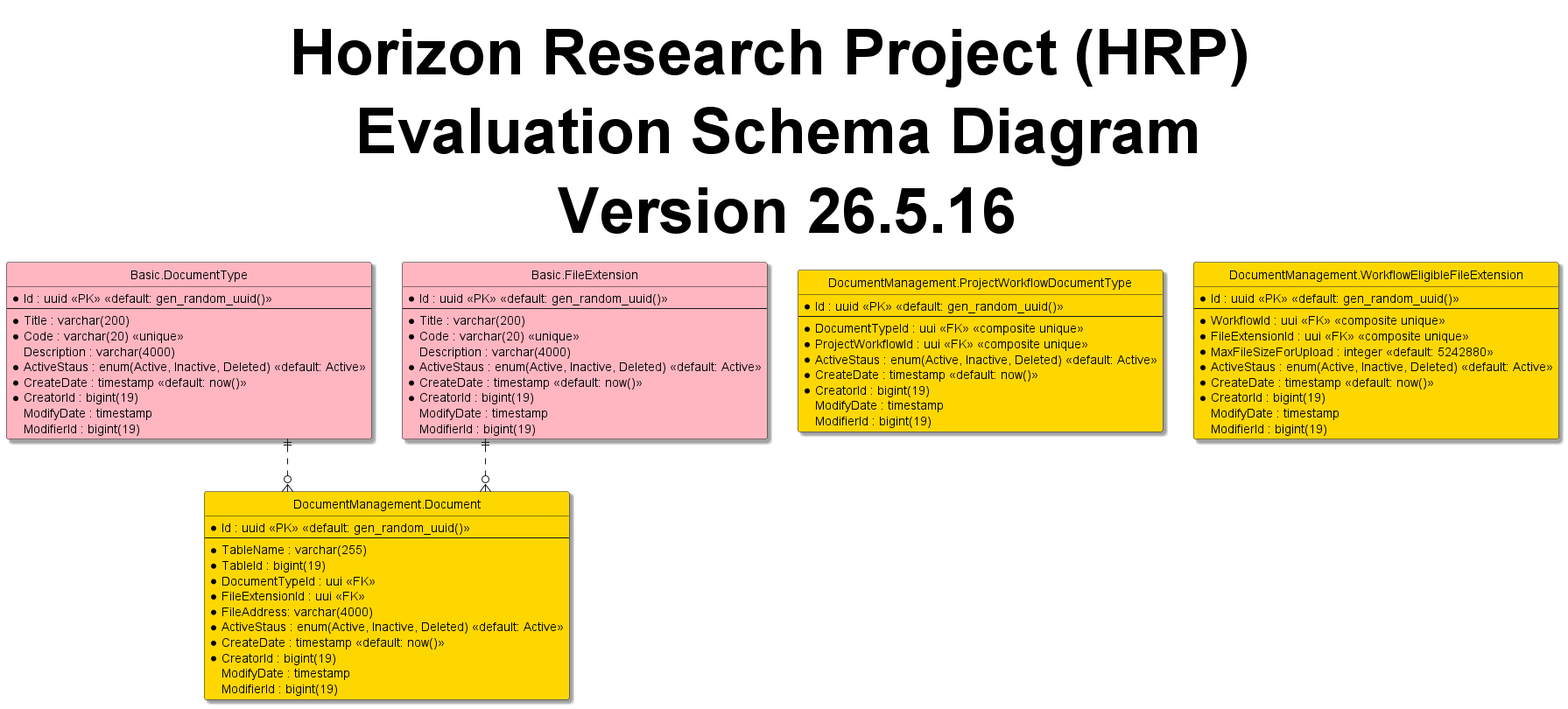
Above: 2-HorizonModeling/2.3-HorizonUml/out/ERD/Schemas/DocumentManagementSchemaDiagram.png in shadowfox1984/Horizon (PlantUML), before the change.
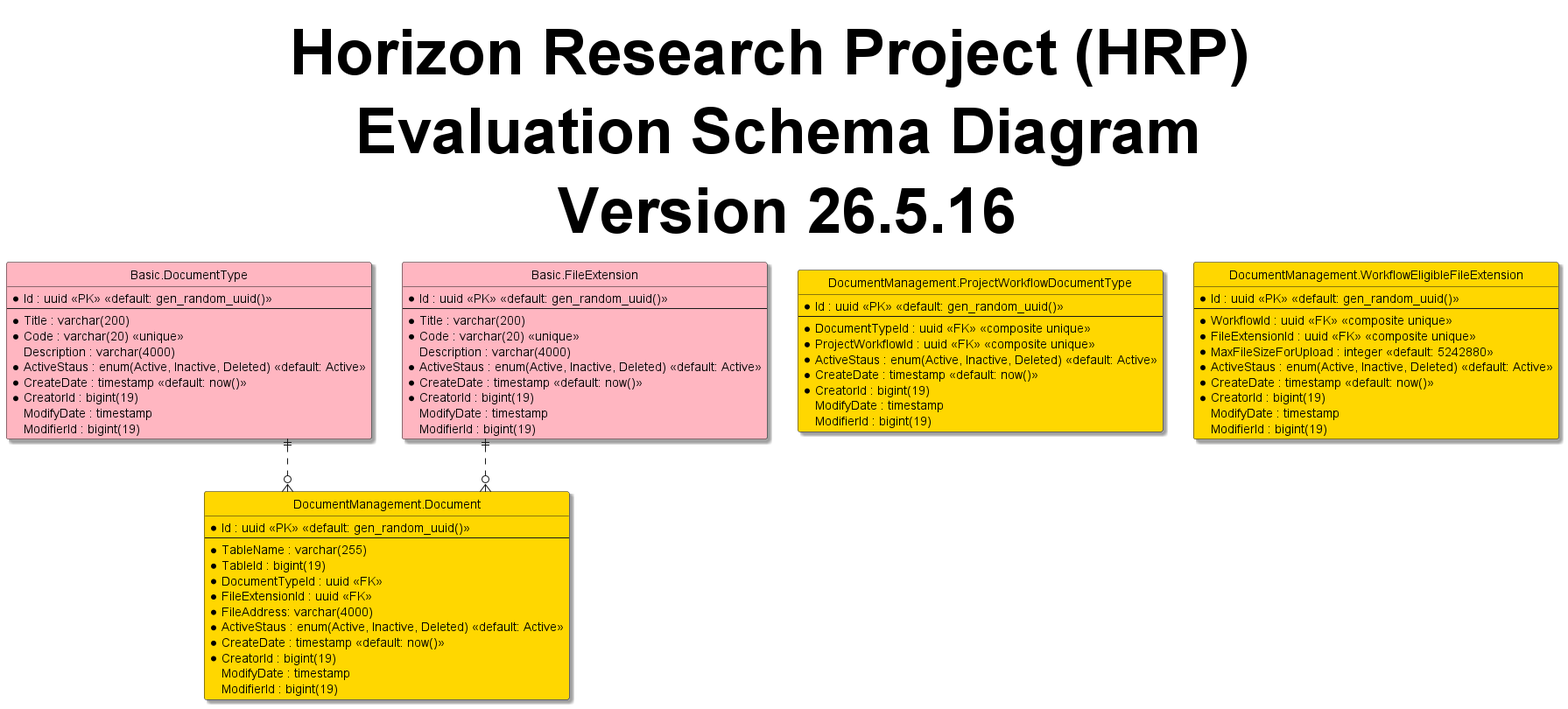
Later version of the same file.

Diff of the diagram source:
```diff
@@ -38,8 +38,8 @@
   --
   *TableName : varchar(255)
   *TableId : bigint(19)
-  *DocumentTypeId : uui <<FK>>
-  *FileExtensionId : uui <<FK>>
+  *DocumentTypeId : uuid <<FK>>
+  *FileExtensionId : uuid <<FK>>
   *FileAddress: varchar(4000)
   *ActiveStaus : enum(Active, Inactive, Deleted) <<default: Active>>
   *CreateDate : timestamp <<default: now()>>
@@ -51,8 +51,8 @@
 entity "DocumentManagement.ProjectWorkflowDocumentType" as projectWorkflowDocumentType #Gold{
   *Id : uuid <<PK>> <<default: gen_random_uuid()>>
   --
-  *DocumentTypeId : uui <<FK>> <<composite unique>>
-  *ProjectWorkflowId : uui <<FK>> <<composite unique>>
+  *DocumentTypeId : uuid <<FK>> <<composite unique>>
+  *ProjectWorkflowId : uuid <<FK>> <<composite unique>>
   *ActiveStaus : enum(Active, Inactive, Deleted) <<default: Active>>
   *CreateDate : timestamp <<default: now()>>
   *CreatorId : bigint(19)
@@ -63,8 +63,8 @@
 entity "DocumentManagement.WorkflowEligibleFileExtension" as workflowEligibleFileExtension #Gold{
   *Id : uuid <<PK>> <<default: gen_random_uuid()>>
   --
-  *WorkflowId : uui <<FK>> <<composite unique>>
-  *FileExtensionId : uui <<FK>> <<composite unique>>
+  *WorkflowId : uuid <<FK>> <<composite unique>>
+  *FileExtensionId : uuid <<FK>> <<composite unique>>
   *MaxFileSizeForUpload : integer <<default: 5242880>>
   *ActiveStaus : enum(Active, Inactive, Deleted) <<default: Active>>
   *CreateDate : timestamp <<default: now()>>
```
